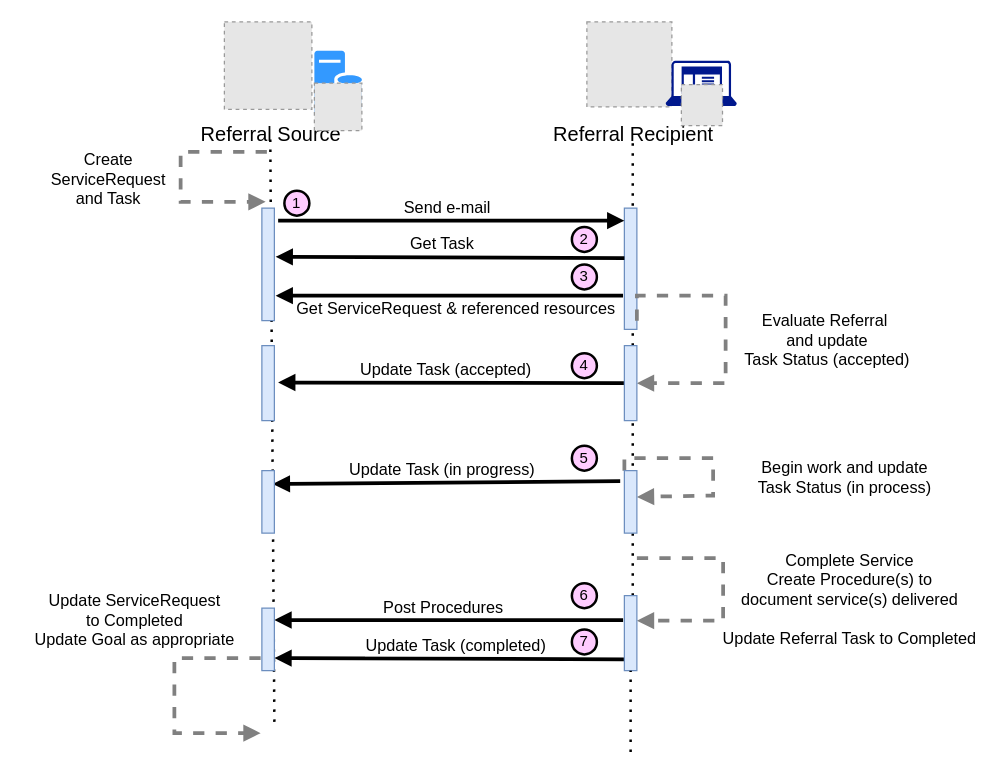
Earlier version of the draw.io diagram Images Source/DetailedDirectReferralLight.drawio (HL7/fhir-sdoh-clinicalcare). Source tidied: cells renumbered, new cells numbered last; positions are measured from the earlier drawing's top-left corner, leaving out a move shared by most shapes. Both pictures are drawn from the tidied source at 125%, with x=0, y=0 at pixel (21, 21). Pictures stored in the file or linked from it are replaced by grey dashed boxes.
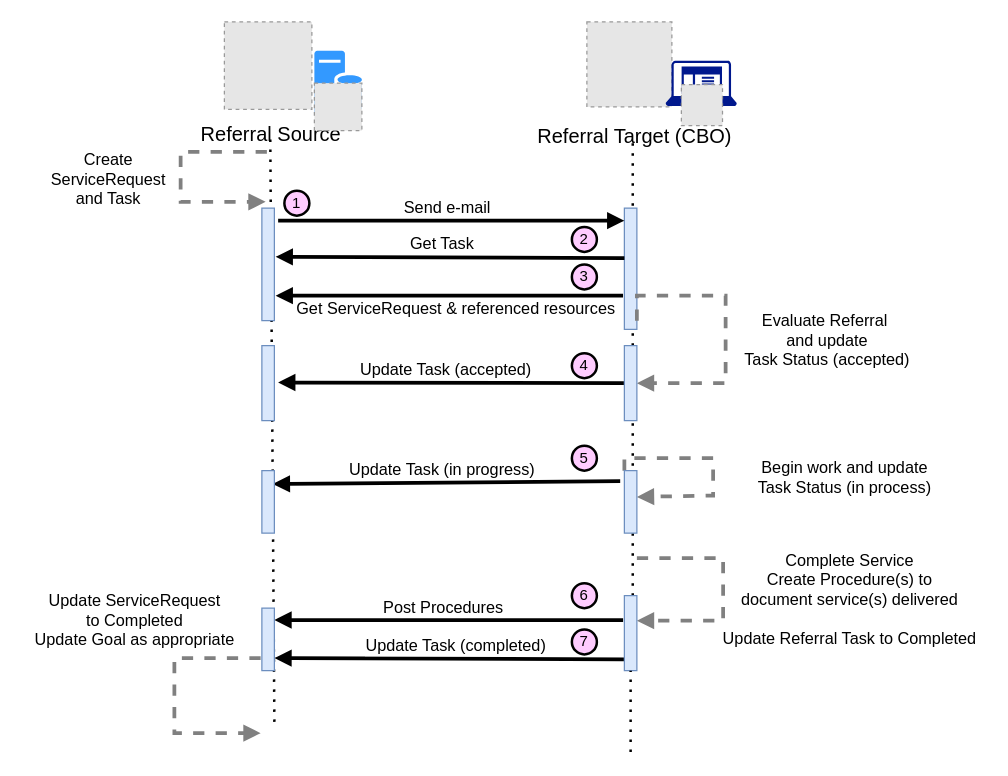
The same page after the edit.

Diff of the diagram source:
```diff
@@
-    <mxCell id="31" value="Referral Recipient" style="text;html=1;align=center;verticalAlign=middle;strokeColor=none;fillColor=none;fontSize=16;" parent="1" vertex="1">
-      <mxGeometry x="419" y="80" width="140" height="20" as="geometry" />
+    <mxCell id="31" value="Referral Target (CBO)" style="text;html=1;align=center;verticalAlign=middle;strokeColor=none;fillColor=none;fontSize=16;" parent="1" vertex="1">
+      <mxGeometry x="403" y="75" width="173" height="31" as="geometry" />
     </mxCell>
```
